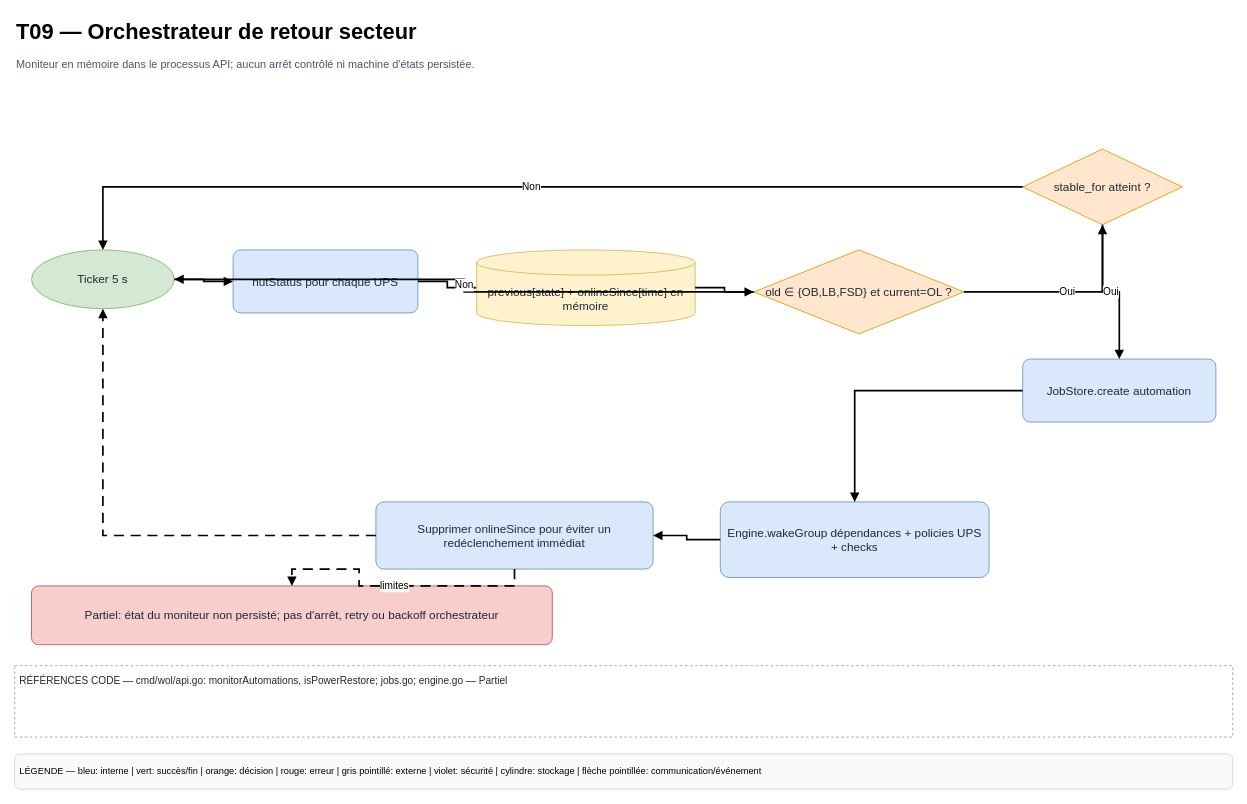
Earlier version of the draw.io diagram page "T09 — Orchestrateur" (9 of 18) of docs/diagrams/WoL-Manager-Technique.drawio (HaasGa-Factory/WOL-Manager). Source tidied: cells renumbered, new cells numbered last; positions are measured from the earlier drawing's top-left corner, leaving out a move shared by most shapes. Both pictures are drawn from the tidied source at 84%, with x=0, y=0 at pixel (14, 14).
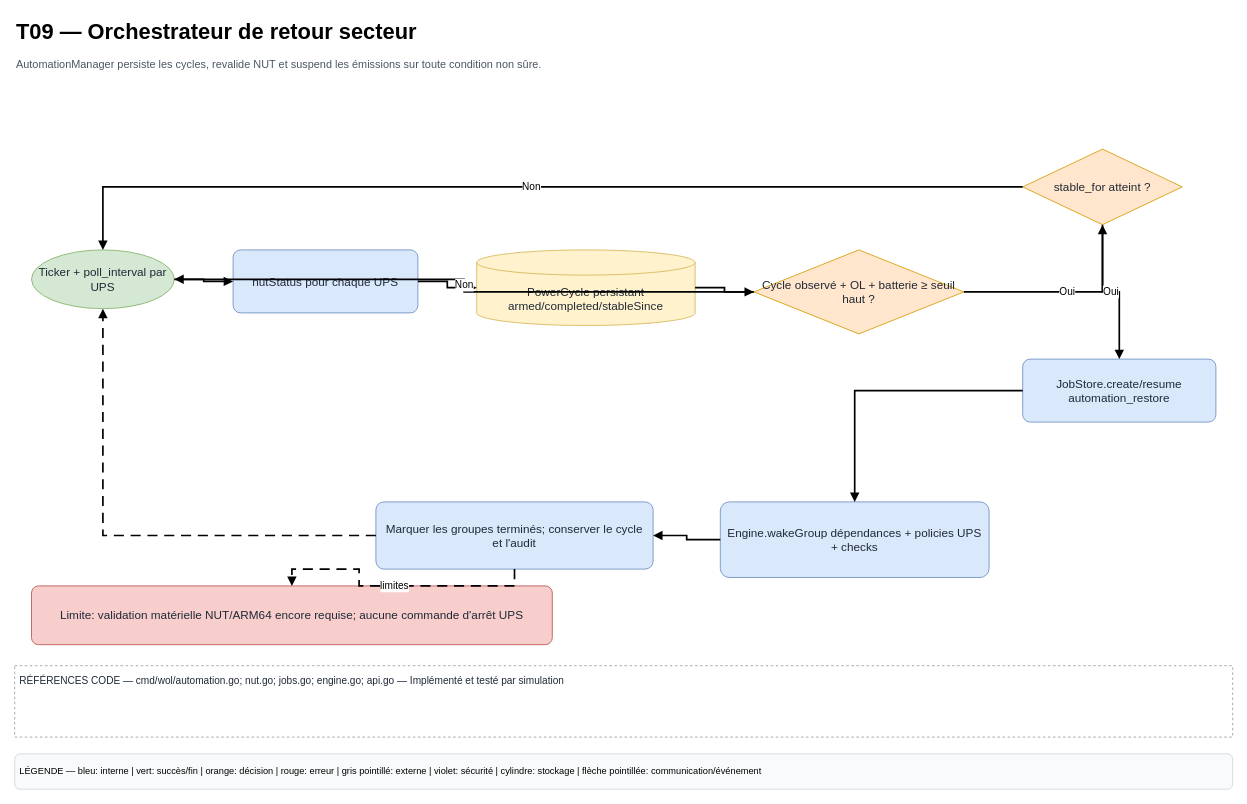
The same diagram, later.

What changed in the source:
```diff
@@
-    <mxCell id="3" value="Moniteur en mémoire dans le processus API; aucun arrêt contrôlé ni machine d&amp;#x27;états persistée." style="text;html=1;strokeColor=none;fillColor=none;fontSize=13;fontColor=#4b5563;align=left;verticalAlign=top;whiteSpace=wrap;" parent="1" vertex="1">
+    <mxCell id="3" value="AutomationManager persiste les cycles, revalide NUT et suspend les émissions sur toute condition non sûre." style="text;html=1;strokeColor=none;fillColor=none;fontSize=13;fontColor=#4b5563;align=left;verticalAlign=top;whiteSpace=wrap;" parent="1" vertex="1">
       <mxGeometry y="45" width="1450" height="55" as="geometry" />
     </mxCell>
@@
-    <mxCell id="5" value="RÉFÉRENCES CODE — cmd/wol/api.go: monitorAutomations, isPowerRestore; jobs.go; engine.go — Partiel" style="whiteSpace=wrap;html=1;fillColor=#ffffff;strokeColor=#999999;fontSize=14;fontColor=#1f2937;align=center;verticalAlign=middle;spacing=6;shadow=0;rounded=0;dashed=1;align=left;verticalAlign=top;fontSize=12;" parent="1" vertex="1">
+    <mxCell id="5" value="RÉFÉRENCES CODE — cmd/wol/automation.go; nut.go; jobs.go; engine.go; api.go — Implémenté et testé par simulation" style="whiteSpace=wrap;html=1;fillColor=#ffffff;strokeColor=#999999;fontSize=14;fontColor=#1f2937;align=center;verticalAlign=middle;spacing=6;shadow=0;rounded=0;dashed=1;align=left;verticalAlign=top;fontSize=12;" parent="1" vertex="1">
       <mxGeometry y="775" width="1450" height="85" as="geometry" />
     </mxCell>
-    <mxCell id="6" value="Ticker 5 s" style="whiteSpace=wrap;html=1;fillColor=#d5e8d4;strokeColor=#82b366;fontSize=14;fontColor=#1f2937;align=center;verticalAlign=middle;spacing=6;shadow=0;ellipse;" parent="1" vertex="1">
+    <mxCell id="6" value="Ticker + poll_interval par UPS" style="whiteSpace=wrap;html=1;fillColor=#d5e8d4;strokeColor=#82b366;fontSize=14;fontColor=#1f2937;align=center;verticalAlign=middle;spacing=6;shadow=0;ellipse;" parent="1" vertex="1">
       <mxGeometry x="20" y="280" width="170" height="70" as="geometry" />
     </mxCell>
@@
-    <mxCell id="8" value="previous[state] + onlineSince[time]&amp;#xa;en mémoire" style="whiteSpace=wrap;html=1;fillColor=#fff2cc;strokeColor=#d6b656;fontSize=14;fontColor=#1f2937;align=center;verticalAlign=middle;spacing=6;shadow=0;shape=cylinder3;boundedLbl=1;backgroundOutline=1;size=15;" parent="1" vertex="1">
+    <mxCell id="8" value="PowerCycle persistant&amp;#xa;armed/completed/stableSince" style="whiteSpace=wrap;html=1;fillColor=#fff2cc;strokeColor=#d6b656;fontSize=14;fontColor=#1f2937;align=center;verticalAlign=middle;spacing=6;shadow=0;shape=cylinder3;boundedLbl=1;backgroundOutline=1;size=15;" parent="1" vertex="1">
       <mxGeometry x="550" y="280" width="260" height="90" as="geometry" />
     </mxCell>
-    <mxCell id="9" value="old ∈ {OB,LB,FSD} et current=OL ?" style="whiteSpace=wrap;html=1;fillColor=#ffe6cc;strokeColor=#d79b00;fontSize=14;fontColor=#1f2937;align=center;verticalAlign=middle;spacing=6;shadow=0;rhombus;perimeter=rhombusPerimeter;" parent="1" vertex="1">
+    <mxCell id="9" value="Cycle observé + OL + batterie ≥ seuil haut ?" style="whiteSpace=wrap;html=1;fillColor=#ffe6cc;strokeColor=#d79b00;fontSize=14;fontColor=#1f2937;align=center;verticalAlign=middle;spacing=6;shadow=0;rhombus;perimeter=rhombusPerimeter;" parent="1" vertex="1">
       <mxGeometry x="880" y="280" width="250" height="100" as="geometry" />
     </mxCell>
@@
-    <mxCell id="11" value="JobStore.create automation" style="whiteSpace=wrap;html=1;fillColor=#dae8fc;strokeColor=#6c8ebf;fontSize=14;fontColor=#1f2937;align=center;verticalAlign=middle;spacing=6;shadow=0;rounded=1;arcSize=12;" parent="1" vertex="1">
+    <mxCell id="11" value="JobStore.create/resume automation_restore" style="whiteSpace=wrap;html=1;fillColor=#dae8fc;strokeColor=#6c8ebf;fontSize=14;fontColor=#1f2937;align=center;verticalAlign=middle;spacing=6;shadow=0;rounded=1;arcSize=12;" parent="1" vertex="1">
       <mxGeometry x="1200" y="410" width="230" height="75" as="geometry" />
     </mxCell>
@@
-    <mxCell id="13" value="Supprimer onlineSince pour éviter un redéclenchement immédiat" style="whiteSpace=wrap;html=1;fillColor=#dae8fc;strokeColor=#6c8ebf;fontSize=14;fontColor=#1f2937;align=center;verticalAlign=middle;spacing=6;shadow=0;rounded=1;arcSize=12;" parent="1" vertex="1">
+    <mxCell id="13" value="Marquer les groupes terminés; conserver le cycle et l&amp;#x27;audit" style="whiteSpace=wrap;html=1;fillColor=#dae8fc;strokeColor=#6c8ebf;fontSize=14;fontColor=#1f2937;align=center;verticalAlign=middle;spacing=6;shadow=0;rounded=1;arcSize=12;" parent="1" vertex="1">
       <mxGeometry x="430" y="580" width="330" height="80" as="geometry" />
     </mxCell>
-    <mxCell id="14" value="Partiel: état du moniteur non persisté; pas d&amp;#x27;arrêt, retry ou backoff orchestrateur" style="whiteSpace=wrap;html=1;fillColor=#f8cecc;strokeColor=#b85450;fontSize=14;fontColor=#1f2937;align=center;verticalAlign=middle;spacing=6;shadow=0;rounded=1;arcSize=12;" parent="1" vertex="1">
+    <mxCell id="14" value="Limite: validation matérielle NUT/ARM64 encore requise; aucune commande d&amp;#x27;arrêt UPS" style="whiteSpace=wrap;html=1;fillColor=#f8cecc;strokeColor=#b85450;fontSize=14;fontColor=#1f2937;align=center;verticalAlign=middle;spacing=6;shadow=0;rounded=1;arcSize=12;" parent="1" vertex="1">
       <mxGeometry x="20" y="680" width="620" height="70" as="geometry" />
     </mxCell>
```
